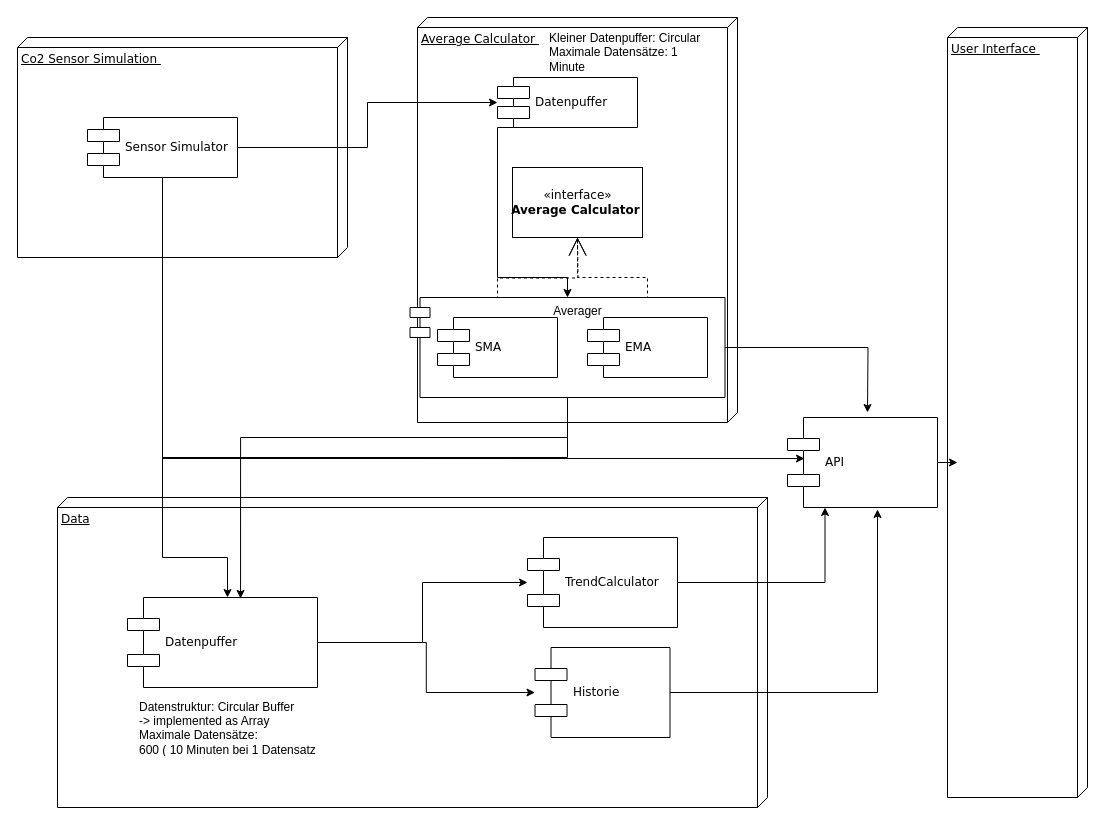
This is ComponenttDiagramm.drawio from Sebastian-Mueller-F/BreathTrack-C02, a draw.io file, before an edit. Source tidied: cells renumbered, new cells numbered last; positions are measured from the earlier drawing's top-left corner, leaving out a move shared by most shapes. Both pictures are drawn from the tidied source at 100%, with x=0, y=0 at pixel (17, 17).
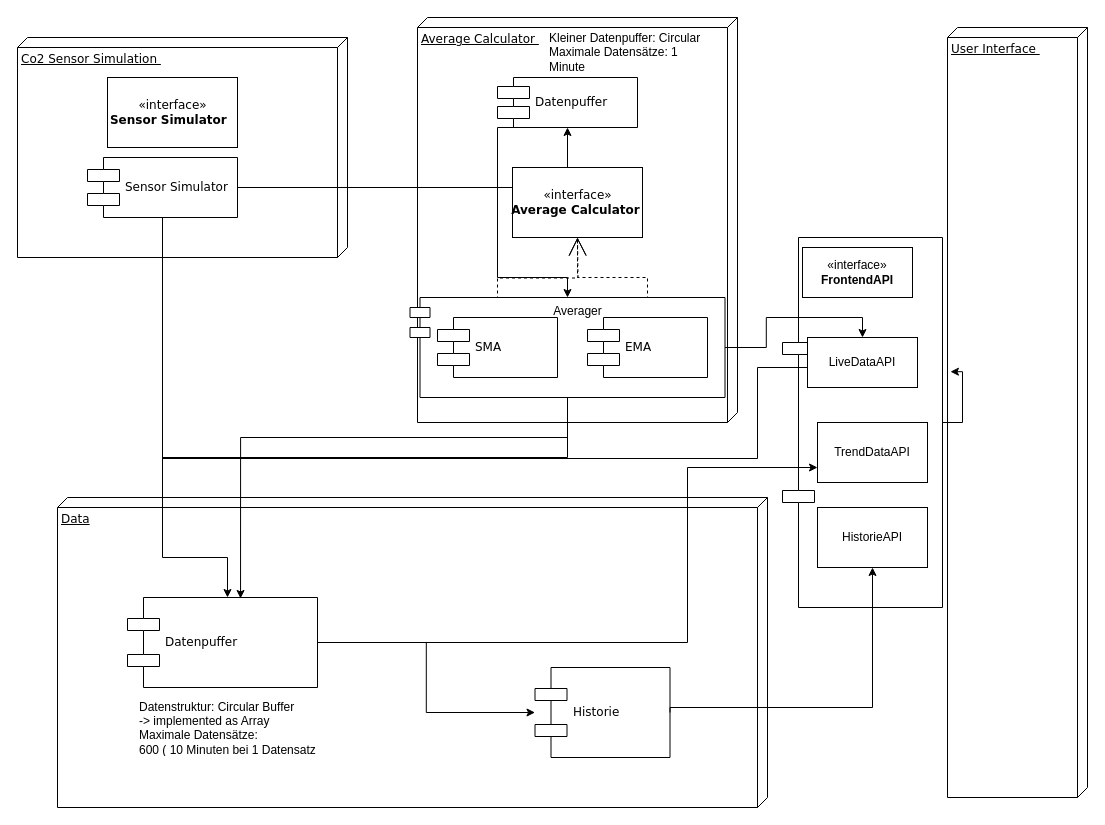
After the change.

The change refers to these unchanged cells:
```xml
<mxCell id="10" value="User Interface&amp;nbsp;" style="verticalAlign=top;align=left;spacingTop=8;spacingLeft=2;spacingRight=12;shape=cube;size=10;direction=south;fontStyle=4;html=1;rounded=0;shadow=0;comic=0;labelBackgroundColor=none;strokeWidth=1;fontFamily=Verdana;fontSize=12;" parent="1" vertex="1">
  <mxGeometry x="930" y="10" width="140" height="770" as="geometry" />
</mxCell>
<mxCell id="18" value="Datenpuffer" style="shape=component;align=left;spacingLeft=36;rounded=0;shadow=0;comic=0;labelBackgroundColor=none;strokeWidth=1;fontFamily=Verdana;fontSize=12;html=1;" parent="1" vertex="1">
  <mxGeometry x="110" y="580" width="190" height="90" as="geometry" />
</mxCell>
<mxCell id="25" value="Averager" style="shape=module;align=left;spacingLeft=20;align=center;verticalAlign=top;whiteSpace=wrap;html=1;" parent="1" vertex="1">
  <mxGeometry x="392.5" y="280" width="315" height="100" as="geometry" />
</mxCell>
```

Change to the diagram source:
```diff
@@
+    <mxCell id="30" style="shape=component;align=left;spacingLeft=36;rounded=0;shadow=0;comic=0;labelBackgroundColor=none;strokeWidth=1;fontFamily=Verdana;fontSize=12;html=1;" parent="1" vertex="1">
+      <mxGeometry x="765" y="220" width="160" height="370" as="geometry" />
+    </mxCell>
@@
-    <mxCell id="6" style="edgeStyle=orthogonalEdgeStyle;rounded=0;jettySize=auto;html=1;entryX=0.113;entryY=0.456;entryDx=0;entryDy=0;entryPerimeter=0;" parent="1" edge="1" source="25" target="30">
+    <mxCell id="6" style="edgeStyle=orthogonalEdgeStyle;rounded=0;jettySize=auto;html=1;entryX=0;entryY=0.5;entryDx=0;entryDy=0;" parent="1" edge="1" source="25" target="33">
       <mxGeometry relative="1" as="geometry">
         <Array as="points">
           <mxPoint x="550" y="440" />
           <mxPoint x="145" y="440" />
           <mxPoint x="145" y="441" />
+          <mxPoint x="740" y="441" />
+          <mxPoint x="740" y="350" />
+          <mxPoint x="800" y="350" />
+          <mxPoint x="800" y="345" />
         </Array>
       </mxGeometry>
     </mxCell>
     <mxCell id="7" value="Sensor Simulator" style="shape=component;align=left;spacingLeft=36;rounded=0;shadow=0;comic=0;labelBackgroundColor=none;strokeWidth=1;fontFamily=Verdana;fontSize=12;html=1;" parent="1" vertex="1">
-      <mxGeometry x="70" y="100" width="150" height="60" as="geometry" />
+      <mxGeometry x="70" y="140" width="150" height="60" as="geometry" />
     </mxCell>
@@
     <mxCell id="12" value="Historie&amp;nbsp;" style="shape=component;align=left;spacingLeft=36;rounded=0;shadow=0;comic=0;labelBackgroundColor=none;strokeWidth=1;fontFamily=Verdana;fontSize=12;html=1;" parent="1" vertex="1">
-      <mxGeometry x="517.5" y="630" width="135" height="90" as="geometry" />
+      <mxGeometry x="517.5" y="650" width="135" height="90" as="geometry" />
     </mxCell>
-    <mxCell id="13" value="TrendCalculator" style="shape=component;align=left;spacingLeft=36;rounded=0;shadow=0;comic=0;labelBackgroundColor=none;strokeWidth=1;fontFamily=Verdana;fontSize=12;html=1;" parent="1" vertex="1">
-      <mxGeometry x="510" y="520" width="150" height="90" as="geometry" />
-    </mxCell>
@@
-    <mxCell id="16" style="edgeStyle=orthogonalEdgeStyle;rounded=0;jettySize=auto;html=1;" parent="1" edge="1" source="18" target="13">
-      <mxGeometry relative="1" as="geometry" />
+    <mxCell id="16" style="edgeStyle=orthogonalEdgeStyle;rounded=0;jettySize=auto;html=1;entryX=0;entryY=0.75;entryDx=0;entryDy=0;" parent="1" edge="1" source="18" target="34">
+      <mxGeometry relative="1" as="geometry">
+        <Array as="points">
+          <mxPoint x="670" y="625" />
+          <mxPoint x="670" y="450" />
+        </Array>
+      </mxGeometry>
     </mxCell>
@@
-    <mxCell id="20" style="edgeStyle=orthogonalEdgeStyle;rounded=0;jettySize=auto;html=1;entryX=0.25;entryY=1;entryDx=0;entryDy=0;" parent="1" edge="1" source="13" target="30">
-      <mxGeometry relative="1" as="geometry" />
-    </mxCell>
-    <mxCell id="21" style="edgeStyle=orthogonalEdgeStyle;rounded=0;jettySize=auto;html=1;" parent="1" edge="1" source="12">
+    <mxCell id="21" style="edgeStyle=orthogonalEdgeStyle;rounded=0;jettySize=auto;html=1;exitX=1;exitY=0.5;exitDx=0;exitDy=0;entryX=0.5;entryY=1;entryDx=0;entryDy=0;" parent="1" edge="1" source="12" target="36">
       <mxGeometry relative="1" as="geometry">
-        <mxPoint x="860" y="492" as="targetPoint" />
         <Array as="points">
-          <mxPoint x="860" y="675" />
+          <mxPoint x="653" y="690" />
+          <mxPoint x="855" y="690" />
         </Array>
       </mxGeometry>
     </mxCell>
@@
-    <mxCell id="24" style="edgeStyle=orthogonalEdgeStyle;rounded=0;jettySize=auto;html=1;" parent="1" edge="1" source="25">
-      <mxGeometry relative="1" as="geometry">
-        <mxPoint x="850" y="395" as="targetPoint" />
-      </mxGeometry>
+    <mxCell id="24" style="edgeStyle=orthogonalEdgeStyle;rounded=0;jettySize=auto;html=1;entryX=0.5;entryY=0;entryDx=0;entryDy=0;" parent="1" edge="1" source="25" target="33">
+      <mxGeometry relative="1" as="geometry" />
     </mxCell>
@@
-    <mxCell id="29" style="edgeStyle=orthogonalEdgeStyle;rounded=0;jettySize=auto;html=1;" parent="1" edge="1" source="30">
-      <mxGeometry relative="1" as="geometry">
-        <mxPoint x="940" y="445" as="targetPoint" />
-      </mxGeometry>
-    </mxCell>
-    <mxCell id="30" value="API" style="shape=component;align=left;spacingLeft=36;rounded=0;shadow=0;comic=0;labelBackgroundColor=none;strokeWidth=1;fontFamily=Verdana;fontSize=12;html=1;" parent="1" vertex="1">
-      <mxGeometry x="770" y="400" width="150" height="90" as="geometry" />
-    </mxCell>
+    <mxCell id="31" value="«interface»&lt;br&gt;&lt;b&gt;Sensor Simulator&amp;nbsp;&amp;nbsp;&lt;/b&gt;" style="html=1;rounded=0;shadow=0;comic=0;labelBackgroundColor=none;strokeWidth=1;fontFamily=Verdana;fontSize=12;align=center;" parent="1" vertex="1">
+      <mxGeometry x="90" y="60" width="130" height="70" as="geometry" />
+    </mxCell>
+    <mxCell id="32" value="«interface»&lt;br&gt;&lt;b&gt;FrontendAPI&lt;/b&gt;" style="html=1;whiteSpace=wrap;" parent="1" vertex="1">
+      <mxGeometry x="785" y="230" width="110" height="50" as="geometry" />
+    </mxCell>
+    <mxCell id="33" value="LiveDataAPI" style="html=1;whiteSpace=wrap;" parent="1" vertex="1">
+      <mxGeometry x="790" y="320" width="110" height="50" as="geometry" />
+    </mxCell>
+    <mxCell id="34" value="TrendDataAPI" style="html=1;whiteSpace=wrap;" parent="1" vertex="1">
+      <mxGeometry x="800" y="405" width="110" height="60" as="geometry" />
+    </mxCell>
+    <mxCell id="35" style="edgeStyle=orthogonalEdgeStyle;rounded=0;jettySize=auto;html=1;exitX=1;exitY=0.5;exitDx=0;exitDy=0;entryX=0.447;entryY=0.979;entryDx=0;entryDy=0;entryPerimeter=0;" parent="1" edge="1" source="30" target="10">
+      <mxGeometry relative="1" as="geometry" />
+    </mxCell>
+    <mxCell id="36" value="HistorieAPI" style="html=1;whiteSpace=wrap;" parent="1" vertex="1">
+      <mxGeometry x="800" y="490" width="110" height="60" as="geometry" />
+    </mxCell>
```
